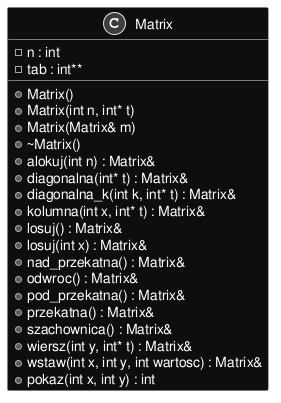
Earlier version of the PlantUML export inline_umlgraph_1.png (kluchoo/Matrix).
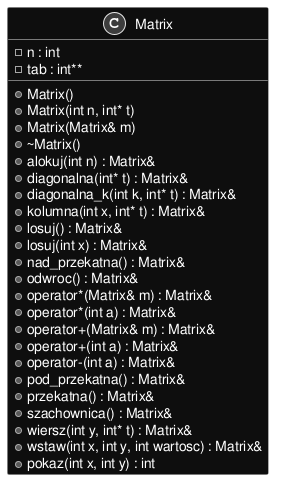
The same file after the commit.

The edit, as a diff of the source:
```diff
@@ -17,6 +17,11 @@
 +losuj(int x) : Matrix&
 +nad_przekatna() : Matrix&
 +odwroc() : Matrix&
++operator*(Matrix& m) : Matrix&
++operator*(int a) : Matrix&
++operator+(Matrix& m) : Matrix&
++operator+(int a) : Matrix&
++operator-(int a) : Matrix&
 +pod_przekatna() : Matrix&
 +przekatna() : Matrix&
 +szachownica() : Matrix&
```
